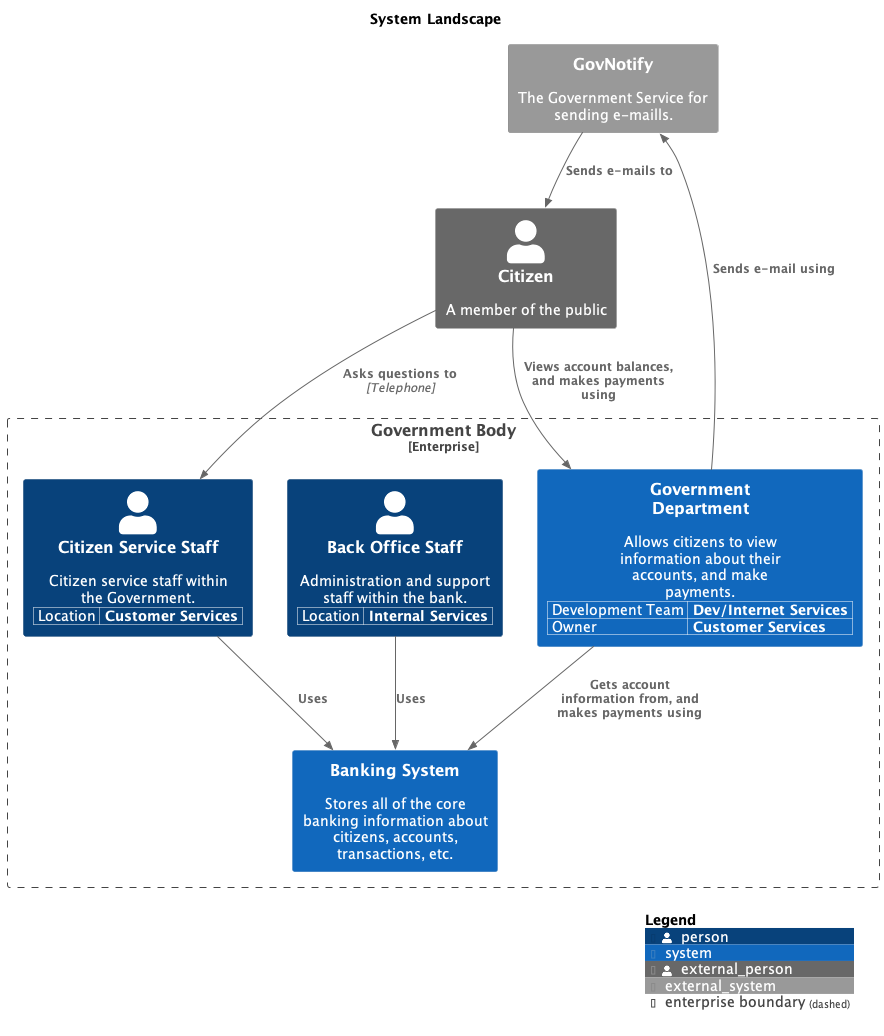
Above: main/png/SystemLandscape.png in madetech/structurizr-template (PlantUML), before the change.
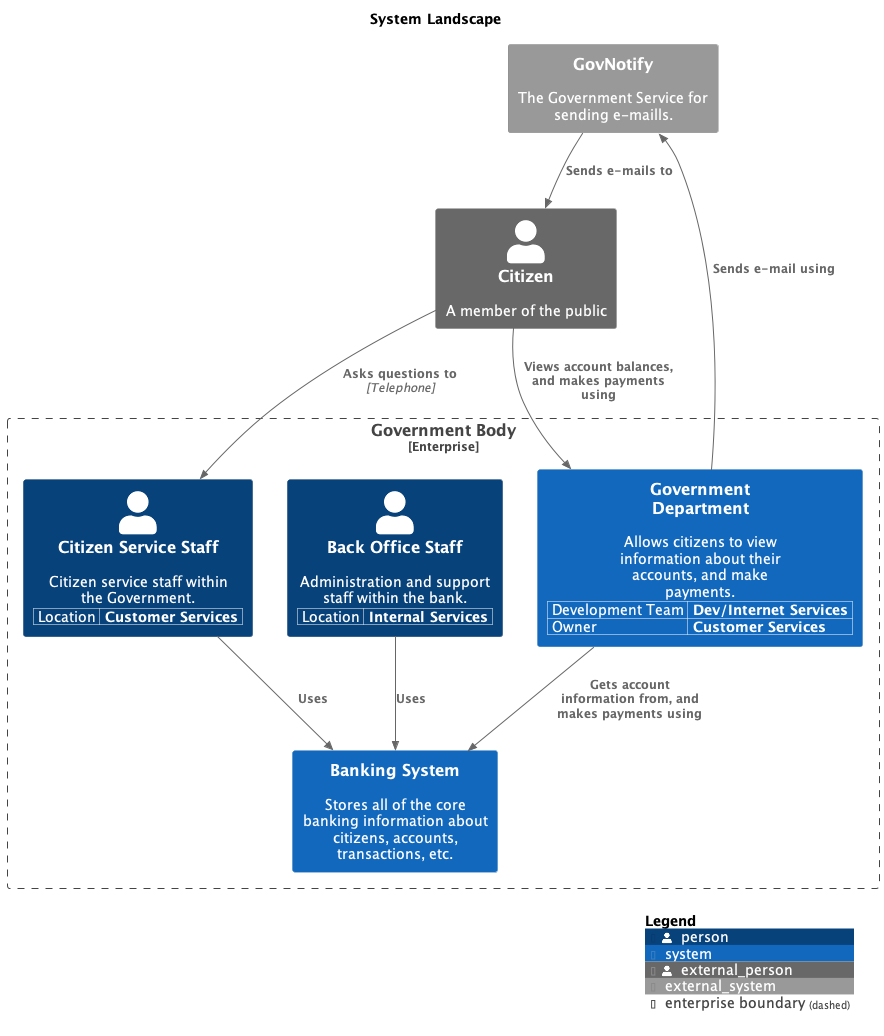
After the change.

Change to the diagram source:
```diff
@@ -4,33 +4,33 @@
 
 top to bottom direction
 
-!include /Users/runner/work/structurizr-template/structurizr-template/build/puml-cache/C4.puml
-!include /Users/runner/work/structurizr-template/structurizr-template/build/puml-cache/C4_Context.puml
+!include <C4/C4>
+!include <C4/C4_Context>
 
 Enterprise_Boundary(enterprise, "Government Body") {
   WithoutPropertyHeader()
   AddProperty("Location","Customer Services")
-  Person(CitizenServiceStaff, "Citizen Service Staff", "Citizen service staff within the Government.", $tags="")
+  Person(CitizenServiceStaff, "Citizen Service Staff", $descr="Citizen service staff within the Government.", $tags="", $link="")
   WithoutPropertyHeader()
   AddProperty("Location","Internal Services")
-  Person(BackOfficeStaff, "Back Office Staff", "Administration and support staff within the bank.", $tags="")
-  System(BankingSystem, "Banking System", "Stores all of the core banking information about citizens, accounts, transactions, etc.", $tags="")
+  Person(BackOfficeStaff, "Back Office Staff", $descr="Administration and support staff within the bank.", $tags="", $link="")
+  System(BankingSystem, "Banking System", $descr="Stores all of the core banking information about citizens, accounts, transactions, etc.", $tags="", $link="")
   WithoutPropertyHeader()
   AddProperty("Development Team","Dev/Internet Services")
   AddProperty("Owner","Customer Services")
-  System(GovernmentDepartment, "Government Department", "Allows citizens to view information about their accounts, and make payments.", $tags="")
+  System(GovernmentDepartment, "Government Department", $descr="Allows citizens to view information about their accounts, and make payments.", $tags="", $link="")
 }
 
-Person_Ext(Citizen, "Citizen", "A member of the public", $tags="")
-System_Ext(GovNotify, "GovNotify", "The Government Service for sending e-maills.", $tags="")
+Person_Ext(Citizen, "Citizen", $descr="A member of the public", $tags="", $link="")
+System_Ext(GovNotify, "GovNotify", $descr="The Government Service for sending e-maills.", $tags="", $link="")
 
-Rel_D(Citizen, GovernmentDepartment, "Views account balances, and makes payments using", $tags="")
-Rel_D(GovernmentDepartment, BankingSystem, "Gets account information from, and makes payments using", $tags="")
-Rel_D(GovernmentDepartment, GovNotify, "Sends e-mail using", $tags="")
-Rel_D(GovNotify, Citizen, "Sends e-mails to", $tags="")
-Rel_D(Citizen, CitizenServiceStaff, "Asks questions to", "Telephone", $tags="")
-Rel_D(CitizenServiceStaff, BankingSystem, "Uses", $tags="")
-Rel_D(BackOfficeStaff, BankingSystem, "Uses", $tags="")
+Rel_D(Citizen, GovernmentDepartment, "Views account balances, and makes payments using", $techn="", $tags="", $link="")
+Rel_D(GovernmentDepartment, BankingSystem, "Gets account information from, and makes payments using", $techn="", $tags="", $link="")
+Rel_D(GovernmentDepartment, GovNotify, "Sends e-mail using", $techn="", $tags="", $link="")
+Rel_D(GovNotify, Citizen, "Sends e-mails to", $techn="", $tags="", $link="")
+Rel_D(Citizen, CitizenServiceStaff, "Asks questions to", $techn="Telephone", $tags="", $link="")
+Rel_D(CitizenServiceStaff, BankingSystem, "Uses", $techn="", $tags="", $link="")
+Rel_D(BackOfficeStaff, BankingSystem, "Uses", $techn="", $tags="", $link="")
 
 SHOW_LEGEND(true)
 @enduml
```
